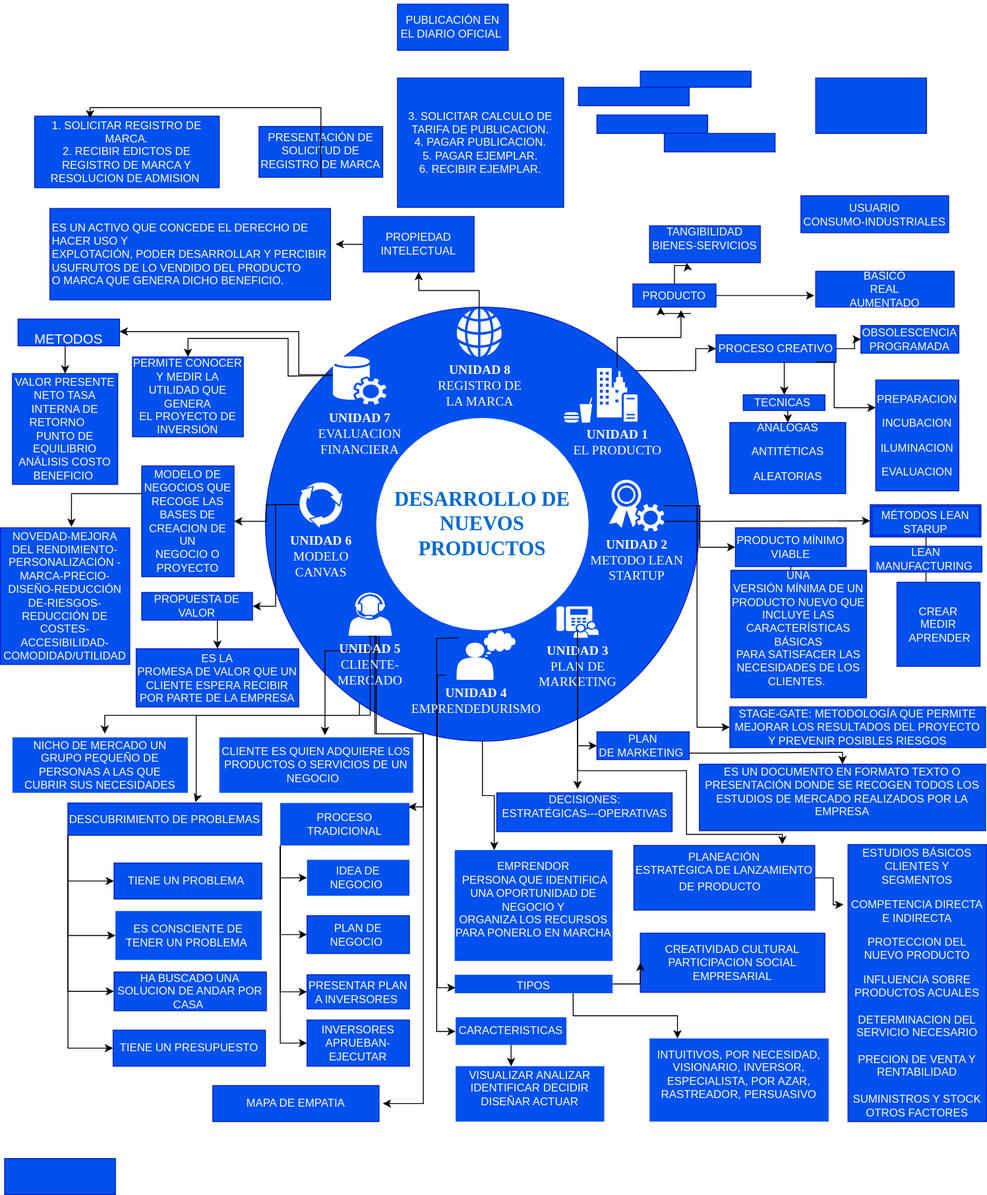
fapablo/sistemaescolar keeps this draw.io diagram as user/Diagrama sin título.drawio.svg. Above is the earlier version. Source tidied: cells renumbered, new cells last; positions are measured from the earlier drawing's top-left corner, leaving out a move shared by most shapes.
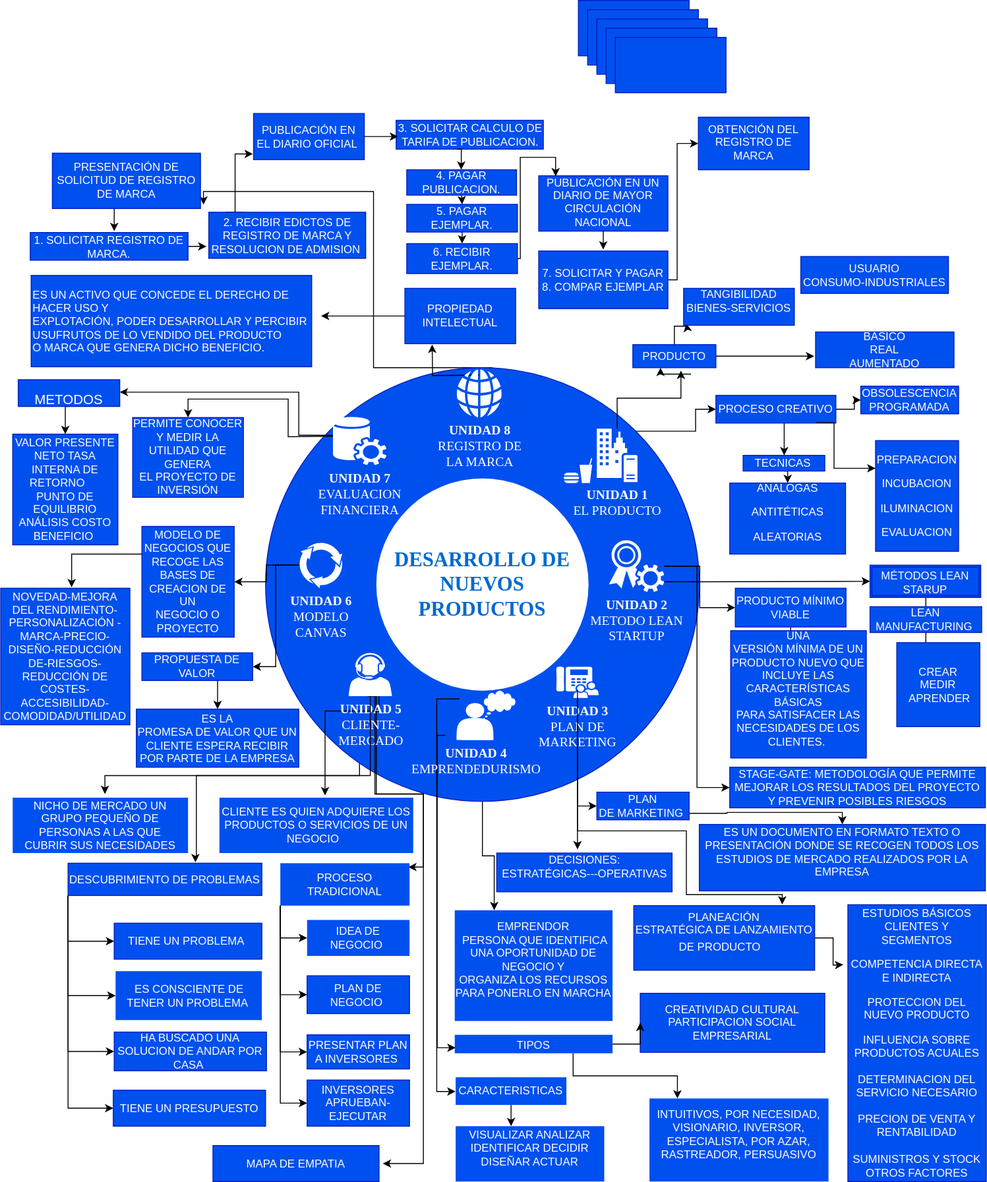
The same diagram one commit later.

Change to the diagram source:
```diff
@@ -25,6 +25,15 @@
         </Array>
       </mxGeometry>
     </mxCell>
+    <mxCell id="123" style="edgeStyle=orthogonalEdgeStyle;rounded=0;jettySize=auto;html=1;exitX=0.5;exitY=0;exitDx=0;exitDy=0;entryX=1.02;entryY=0.93;entryDx=0;entryDy=0;entryPerimeter=0;" parent="1" edge="1" target="100">
+      <mxGeometry relative="1" as="geometry">
+        <mxPoint x="533" y="328" as="sourcePoint" />
+        <Array as="points">
+          <mxPoint x="404" y="328" />
+          <mxPoint x="404" y="137" />
+        </Array>
+      </mxGeometry>
+    </mxCell>
     <mxCell id="5" value="D" style="ellipse;whiteSpace=wrap;html=1;rounded=0;shadow=0;comic=0;strokeWidth=1;fontFamily=Verdana;fontSize=14;strokeColor=#001DBC;fillColor=#0050ef;fontColor=#ffffff;" parent="1" vertex="1">
       <mxGeometry x="287" y="328" width="470" height="470" as="geometry" />
     </mxCell>
@@ -118,8 +127,11 @@
     <mxCell id="22" value="&lt;b&gt;UNIDAD 2&lt;br&gt;&lt;/b&gt;METODO LEAN&lt;br&gt;STARTUP" style="shadow=0;dashed=0;html=1;strokeColor=none;fillColor=#ffffff;labelPosition=center;verticalLabelPosition=bottom;verticalAlign=top;shape=mxgraph.office.security.token_service;rounded=0;comic=0;fontFamily=Verdana;fontSize=14;fontColor=#FFFFFF;" parent="1" vertex="1">
       <mxGeometry x="659" y="515" width="60" height="56" as="geometry" />
     </mxCell>
-    <mxCell id="23" style="edgeStyle=orthogonalEdgeStyle;rounded=0;jettySize=auto;html=1;entryX=0.5;entryY=1;entryDx=0;entryDy=0;" parent="1" edge="1" source="24" target="105">
-      <mxGeometry relative="1" as="geometry" />
+    <mxCell id="23" style="edgeStyle=orthogonalEdgeStyle;rounded=0;orthogonalLoop=1;jettySize=auto;html=1;entryX=0.5;entryY=1;entryDx=0;entryDy=0;" parent="1" edge="1">
+      <mxGeometry relative="1" as="geometry">
+        <mxPoint x="518.5" y="336" as="sourcePoint" />
+        <mxPoint x="467.5" y="303" as="targetPoint" />
+      </mxGeometry>
     </mxCell>
     <mxCell id="24" value="&lt;b&gt;UNIDAD 8&lt;br&gt;&lt;/b&gt;REGISTRO DE&lt;br&gt;LA MARCA" style="shadow=0;dashed=0;html=1;strokeColor=none;fillColor=#ffffff;labelPosition=center;verticalLabelPosition=bottom;verticalAlign=top;shape=mxgraph.office.concepts.globe_internet;rounded=0;comic=0;fontFamily=Verdana;fontSize=14;fontColor=#FFFFFF;" parent="1" vertex="1">
       <mxGeometry x="494" y="330" width="49" height="52" as="geometry" />
@@ -145,7 +157,7 @@
       <mxGeometry x="883" y="289.2" width="150" height="38.8" as="geometry" />
     </mxCell>
     <mxCell id="31" value="TANGIBILIDAD BIENES-SERVICIOS&lt;p class=&quot;MsoNormal&quot;&gt;&lt;/p&gt;" style="whiteSpace=wrap;html=1;fillColor=#0050ef;strokeColor=#001DBC;fontColor=#ffffff;" parent="1" vertex="1">
-      <mxGeometry x="703" y="240" width="120" height="40" as="geometry" />
+      <mxGeometry x="740" y="242" width="120" height="40" as="geometry" />
     </mxCell>
     <mxCell id="32" value="USUARIO&lt;br&gt;CONSUMO-INDUSTRIALES" style="whiteSpace=wrap;html=1;fillColor=#0050ef;strokeColor=#001DBC;fontColor=#ffffff;" parent="1" vertex="1">
       <mxGeometry x="867" y="207.5" width="160" height="40" as="geometry" />
@@ -357,9 +369,6 @@
     <mxCell id="87" value="PLAN DE NEGOCIO&amp;nbsp;" style="rounded=0;whiteSpace=wrap;html=1;strokeColor=#001DBC;fillColor=#0050ef;fontColor=#ffffff;" parent="1" vertex="1">
       <mxGeometry x="332" y="987" width="111" height="41" as="geometry" />
     </mxCell>
-    <mxCell id="88" style="rounded=0;whiteSpace=wrap;html=1;strokeColor=#001DBC;fillColor=#0050ef;fontColor=#ffffff;" parent="1" vertex="1">
-      <mxGeometry x="4.5" y="1250" width="120" height="39" as="geometry" />
-    </mxCell>
     <mxCell id="89" value="TIENE UN PROBLEMA&amp;nbsp;" style="rounded=0;whiteSpace=wrap;html=1;strokeColor=#001DBC;fillColor=#0050ef;fontColor=#ffffff;" parent="1" vertex="1">
       <mxGeometry x="123" y="930" width="160" height="39" as="geometry" />
     </mxCell>
@@ -372,35 +381,61 @@
     <mxCell id="92" value="TIENE UN PRESUPUESTO" style="rounded=0;whiteSpace=wrap;html=1;strokeColor=#001DBC;fillColor=#0050ef;fontColor=#ffffff;" parent="1" vertex="1">
       <mxGeometry x="122" y="1111" width="165" height="39" as="geometry" />
     </mxCell>
-    <mxCell id="93" value="3. SOLICITAR CALCULO DE TARIFA DE PUBLICACION.&lt;br&gt;4. PAGAR PUBLICACION.&lt;br&gt;5. PAGAR EJEMPLAR.&lt;br&gt;6. RECIBIR EJEMPLAR." style="rounded=0;whiteSpace=wrap;html=1;fillColor=#0050ef;fontColor=#ffffff;strokeColor=#001DBC;" parent="1" vertex="1">
-      <mxGeometry x="430" y="80" width="180" height="140" as="geometry" />
+    <mxCell id="93" value="3. SOLICITAR CALCULO DE TARIFA DE PUBLICACION." style="rounded=0;whiteSpace=wrap;html=1;fillColor=#0050ef;fontColor=#ffffff;strokeColor=#001DBC;" parent="1" vertex="1">
+      <mxGeometry x="428.5" y="59.9" width="159.5" height="31.2" as="geometry" />
     </mxCell>
+    <mxCell id="124" style="edgeStyle=orthogonalEdgeStyle;rounded=0;jettySize=auto;html=1;exitX=0.5;exitY=1;exitDx=0;exitDy=0;entryX=0.5;entryY=0;entryDx=0;entryDy=0;" parent="1" edge="1" source="94" target="95">
+      <mxGeometry relative="1" as="geometry" />
+    </mxCell>
-    <mxCell id="94" style="rounded=0;whiteSpace=wrap;html=1;fillColor=#0050ef;fontColor=#ffffff;strokeColor=#001DBC;" parent="1" vertex="1">
-      <mxGeometry x="693" y="72.5" width="120" height="17.5" as="geometry" />
+    <mxCell id="94" value="5. PAGAR EJEMPLAR." style="rounded=0;whiteSpace=wrap;html=1;fillColor=#0050ef;fontColor=#ffffff;strokeColor=#001DBC;" parent="1" vertex="1">
+      <mxGeometry x="440" y="151" width="120" height="30" as="geometry" />
     </mxCell>
-    <mxCell id="95" style="rounded=0;whiteSpace=wrap;html=1;fillColor=#0050ef;fontColor=#ffffff;strokeColor=#001DBC;" parent="1" vertex="1">
-      <mxGeometry x="626" y="90" width="120" height="20" as="geometry" />
+    <mxCell id="95" value="6. RECIBIR EJEMPLAR." style="rounded=0;whiteSpace=wrap;html=1;fillColor=#0050ef;fontColor=#ffffff;strokeColor=#001DBC;" parent="1" vertex="1">
+      <mxGeometry x="440" y="193.5" width="120" height="32.5" as="geometry" />
     </mxCell>
+    <mxCell id="125" style="edgeStyle=orthogonalEdgeStyle;rounded=0;jettySize=auto;html=1;exitX=0.5;exitY=0;exitDx=0;exitDy=0;entryX=-0.006;entryY=0.876;entryDx=0;entryDy=0;entryPerimeter=0;" parent="1" edge="1" target="102">
+      <mxGeometry relative="1" as="geometry">
+        <mxPoint x="243.5" y="159.5" as="sourcePoint" />
+        <Array as="points">
+          <mxPoint x="264" y="160" />
+          <mxPoint x="254" y="160" />
+          <mxPoint x="254" y="96" />
+        </Array>
+      </mxGeometry>
+    </mxCell>
-    <mxCell id="96" style="rounded=0;whiteSpace=wrap;html=1;fillColor=#0050ef;fontColor=#ffffff;strokeColor=#001DBC;" parent="1" vertex="1">
-      <mxGeometry x="646" y="120" width="120" height="20" as="geometry" />
+    <mxCell id="96" value="2. RECIBIR EDICTOS DE REGISTRO DE MARCA Y RESOLUCION DE ADMISION&amp;nbsp;" style="rounded=0;whiteSpace=wrap;html=1;fillColor=#0050ef;fontColor=#ffffff;strokeColor=#001DBC;" parent="1" vertex="1">
+      <mxGeometry x="225.5" y="159.5" width="170" height="50" as="geometry" />
     </mxCell>
+    <mxCell id="126" style="edgeStyle=orthogonalEdgeStyle;rounded=0;jettySize=auto;html=1;exitX=1;exitY=0.5;exitDx=0;exitDy=0;" parent="1" edge="1" source="97">
+      <mxGeometry relative="1" as="geometry">
+        <mxPoint x="223" y="196.5" as="targetPoint" />
+      </mxGeometry>
+    </mxCell>
-    <mxCell id="97" value="1. SOLICITAR REGISTRO DE MARCA.&lt;br&gt;2. RECIBIR EDICTOS DE REGISTRO DE MARCA Y RESOLUCION DE ADMISION&amp;nbsp;" style="rounded=0;whiteSpace=wrap;html=1;fillColor=#0050ef;fontColor=#ffffff;strokeColor=#001DBC;" parent="1" vertex="1">
-      <mxGeometry x="37" y="121.2" width="200" height="77.5" as="geometry" />
+    <mxCell id="97" value="1. SOLICITAR REGISTRO DE MARCA.&lt;br&gt;" style="rounded=0;whiteSpace=wrap;html=1;fillColor=#0050ef;fontColor=#ffffff;strokeColor=#001DBC;" parent="1" vertex="1">
+      <mxGeometry x="32" y="181.5" width="171" height="30" as="geometry" />
     </mxCell>
+    <mxCell id="127" style="edgeStyle=orthogonalEdgeStyle;rounded=0;jettySize=auto;html=1;exitX=0.5;exitY=1;exitDx=0;exitDy=0;entryX=0.5;entryY=0;entryDx=0;entryDy=0;" parent="1" edge="1" source="98" target="94">
+      <mxGeometry relative="1" as="geometry" />
+    </mxCell>
-    <mxCell id="98" style="rounded=0;whiteSpace=wrap;html=1;fillColor=#0050ef;fontColor=#ffffff;strokeColor=#001DBC;" parent="1" vertex="1">
-      <mxGeometry x="719" y="140" width="120" height="20" as="geometry" />
+    <mxCell id="98" value="4. PAGAR PUBLICACION." style="rounded=0;whiteSpace=wrap;html=1;fillColor=#0050ef;fontColor=#ffffff;strokeColor=#001DBC;" parent="1" vertex="1">
+      <mxGeometry x="440" y="113.5" width="119" height="27.5" as="geometry" />
     </mxCell>
     <mxCell id="99" style="rounded=0;whiteSpace=wrap;html=1;fillColor=#0050ef;fontColor=#ffffff;strokeColor=#001DBC;" parent="1" vertex="1">
-      <mxGeometry x="883" y="80" width="120" height="60" as="geometry" />
+      <mxGeometry x="626" y="-70" width="120" height="60" as="geometry" />
     </mxCell>
+    <mxCell id="128" style="edgeStyle=orthogonalEdgeStyle;rounded=0;jettySize=auto;html=1;exitX=0.25;exitY=1;exitDx=0;exitDy=0;" parent="1" edge="1" source="100">
+      <mxGeometry relative="1" as="geometry">
+        <mxPoint x="123" y="180" as="targetPoint" />
+      </mxGeometry>
+    </mxCell>
     <mxCell id="100" value="&lt;p class=&quot;MsoNormal&quot;&gt;&lt;span style=&quot;background-color: initial;&quot;&gt;&lt;br&gt;&lt;/span&gt;&lt;/p&gt;&lt;p class=&quot;MsoNormal&quot;&gt;&lt;span style=&quot;background-color: initial;&quot;&gt;PRESENTACIÓN DE SOLICITUD DE REGISTRO DE MARCA&lt;/span&gt;&lt;/p&gt;&lt;br&gt;&lt;span style=&quot;box-sizing: border-box;display:inline-block;flex: 0 0 42px&quot;&gt;&lt;/span&gt;" style="rounded=0;whiteSpace=wrap;html=1;fillColor=#0050ef;fontColor=#ffffff;strokeColor=#001DBC;" parent="1" vertex="1">
-      <mxGeometry x="280" y="132.5" width="134" height="55" as="geometry" />
+      <mxGeometry x="56" y="95.5" width="160.5" height="60" as="geometry" />
     </mxCell>
     <mxCell id="101" value="&lt;p class=&quot;MsoNormal&quot;&gt;&lt;/p&gt;&lt;div style=&quot;&quot;&gt;&lt;span style=&quot;background-color: initial;&quot;&gt;ES UN ACTIVO QUE CONCEDE EL DERECHO DE HACER USO Y&lt;/span&gt;&lt;/div&gt;&lt;div style=&quot;&quot;&gt;&lt;span style=&quot;background-color: initial;&quot;&gt;EXPLOTACIÓN, PODER DESARROLLAR Y PERCIBIR USUFRUTOS DE LO VENDIDO DEL PRODUCTO&lt;/span&gt;&lt;/div&gt;&lt;div style=&quot;&quot;&gt;&lt;span style=&quot;background-color: initial;&quot;&gt;O MARCA QUE GENERA DICHO BENEFICIO.&lt;/span&gt;&lt;/div&gt;&lt;p&gt;&lt;/p&gt;" style="rounded=0;whiteSpace=wrap;html=1;fillColor=#0050ef;fontColor=#ffffff;strokeColor=#001DBC;align=left;" parent="1" vertex="1">
-      <mxGeometry x="53.5" y="221.2" width="304" height="99" as="geometry" />
+      <mxGeometry x="33" y="228" width="304" height="99" as="geometry" />
     </mxCell>
     <mxCell id="102" value="&lt;span style=&quot;background-color: initial;&quot;&gt;&lt;br&gt;PUBLICACIÓN EN EL DIARIO OFICIAL&amp;nbsp;&lt;/span&gt;&lt;br&gt;&lt;span style=&quot;box-sizing: border-box;display:inline-block;flex: 0 0 42px&quot;&gt;&lt;span style=&quot;box-sizing: border-box;border-radius: 3px;display:inline-block;&lt;br/&gt;min-width: 19px&quot;&gt;&lt;br&gt;&lt;/span&gt;&lt;/span&gt;" style="rounded=0;whiteSpace=wrap;html=1;fillColor=#0050ef;fontColor=#ffffff;strokeColor=#001DBC;" parent="1" vertex="1">
-      <mxGeometry x="430" width="120" height="50" as="geometry" />
+      <mxGeometry x="274" y="52.5" width="120" height="50" as="geometry" />
     </mxCell>
     <mxCell id="103" value="PERMITE CONOCER Y MEDIR LA UTILIDAD QUE GENERA&lt;br/&gt;EL PROYECTO DE INVERSIÓN" style="rounded=0;whiteSpace=wrap;html=1;fillColor=#0050ef;fontColor=#ffffff;strokeColor=#001DBC;" parent="1" vertex="1">
       <mxGeometry x="143" y="382" width="120" height="86.5" as="geometry" />
@@ -409,7 +444,7 @@
       <mxGeometry y="567" width="140" height="148" as="geometry" />
     </mxCell>
     <mxCell id="105" value="&lt;p class=&quot;MsoNormal&quot;&gt;PROPIEDAD INTELECTUAL&lt;/p&gt;" style="rounded=0;whiteSpace=wrap;html=1;fillColor=#0050ef;fontColor=#ffffff;strokeColor=#001DBC;" parent="1" vertex="1">
-      <mxGeometry x="393" y="230" width="120" height="60" as="geometry" />
+      <mxGeometry x="438" y="242" width="120" height="60" as="geometry" />
     </mxCell>
     <mxCell id="106" value="&lt;p class=&quot;MsoNormal&quot;&gt;VALOR PRESENTE NETO TASA INTERNA DE RETORNO&amp;nbsp;&amp;nbsp;&amp;nbsp;&amp;nbsp;&amp;nbsp; PUNTO DE EQUILIBRIO ANÁLISIS COSTO&lt;br/&gt;BENEFICIO&amp;nbsp;&lt;/p&gt;" style="rounded=0;whiteSpace=wrap;html=1;fillColor=#0050ef;fontColor=#ffffff;strokeColor=#001DBC;" parent="1" vertex="1">
       <mxGeometry x="13" y="400" width="114" height="120" as="geometry" />
@@ -446,9 +481,6 @@
     <mxCell id="115" style="edgeStyle=orthogonalEdgeStyle;rounded=0;jettySize=auto;html=1;entryX=0.579;entryY=1.13;entryDx=0;entryDy=0;entryPerimeter=0;" parent="1" edge="1" source="18" target="120">
       <mxGeometry relative="1" as="geometry" />
     </mxCell>
-    <mxCell id="116" style="edgeStyle=orthogonalEdgeStyle;rounded=0;jettySize=auto;html=1;entryX=1.018;entryY=0.391;entryDx=0;entryDy=0;entryPerimeter=0;" parent="1" edge="1" source="105" target="101">
-      <mxGeometry relative="1" as="geometry" />
-    </mxCell>
     <mxCell id="117" style="edgeStyle=orthogonalEdgeStyle;rounded=0;jettySize=auto;html=1;exitX=0.836;exitY=0.986;exitDx=0;exitDy=0;entryX=0;entryY=0.25;entryDx=0;entryDy=0;exitPerimeter=0;" parent="1" edge="1" source="35" target="36">
       <mxGeometry relative="1" as="geometry">
         <Array as="points">
@@ -471,13 +503,70 @@
     <mxCell id="121" style="edgeStyle=orthogonalEdgeStyle;rounded=0;jettySize=auto;html=1;exitX=1;exitY=0.5;exitDx=0;exitDy=0;entryX=-0.01;entryY=0.678;entryDx=0;entryDy=0;entryPerimeter=0;" parent="1" edge="1" source="120" target="30">
       <mxGeometry relative="1" as="geometry" />
     </mxCell>
-    <mxCell id="122" style="edgeStyle=orthogonalEdgeStyle;rounded=0;jettySize=auto;html=1;exitX=0.5;exitY=1;exitDx=0;exitDy=0;entryX=0.3;entryY=0.032;entryDx=0;entryDy=0;entryPerimeter=0;" parent="1" edge="1" source="100" target="97">
-      <mxGeometry relative="1" as="geometry">
-        <Array as="points">
-          <mxPoint x="330" y="112" />
-          <mxPoint x="243" y="112" />
-        </Array>
-      </mxGeometry>
-    </mxCell>
+    <mxCell id="129" style="edgeStyle=orthogonalEdgeStyle;rounded=0;orthogonalLoop=1;jettySize=auto;html=1;exitX=0.5;exitY=1;exitDx=0;exitDy=0;entryX=0.614;entryY=-0.003;entryDx=0;entryDy=0;entryPerimeter=0;" parent="1" edge="1">
+      <mxGeometry relative="1" as="geometry">
+        <mxPoint x="494.2" y="91.1" as="sourcePoint" />
+        <mxPoint x="499.1" y="113.4" as="targetPoint" />
+      </mxGeometry>
+    </mxCell>
+    <mxCell id="130" style="edgeStyle=orthogonalEdgeStyle;rounded=0;jettySize=auto;html=1;exitX=1;exitY=0.5;exitDx=0;exitDy=0;entryX=0.014;entryY=0.593;entryDx=0;entryDy=0;entryPerimeter=0;" parent="1" edge="1" source="102" target="93">
+      <mxGeometry relative="1" as="geometry" />
+    </mxCell>
+    <mxCell id="116" style="edgeStyle=orthogonalEdgeStyle;rounded=0;jettySize=auto;html=1;exitX=0;exitY=0.5;exitDx=0;exitDy=0;entryX=1.033;entryY=0.444;entryDx=0;entryDy=0;entryPerimeter=0;" parent="1" edge="1" source="105" target="101">
+      <mxGeometry relative="1" as="geometry" />
+    </mxCell>
+    <mxCell id="131" style="rounded=0;whiteSpace=wrap;html=1;fillColor=#0050ef;fontColor=#ffffff;strokeColor=#001DBC;" parent="1" vertex="1">
+      <mxGeometry x="636" y="-60" width="120" height="60" as="geometry" />
+    </mxCell>
+    <mxCell id="132" style="rounded=0;whiteSpace=wrap;html=1;fillColor=#0050ef;fontColor=#ffffff;strokeColor=#001DBC;" parent="1" vertex="1">
+      <mxGeometry x="646" y="-50" width="120" height="60" as="geometry" />
+    </mxCell>
+    <mxCell id="133" style="rounded=0;whiteSpace=wrap;html=1;fillColor=#0050ef;fontColor=#ffffff;strokeColor=#001DBC;" parent="1" vertex="1">
+      <mxGeometry x="656" y="-40" width="120" height="60" as="geometry" />
+    </mxCell>
+    <mxCell id="134" style="rounded=0;whiteSpace=wrap;html=1;fillColor=#0050ef;fontColor=#ffffff;strokeColor=#001DBC;" parent="1" vertex="1">
+      <mxGeometry x="666" y="-30" width="120" height="60" as="geometry" />
+    </mxCell>
+    <mxCell id="135" value="&lt;p class=&quot;MsoNormal&quot;&gt;&lt;br&gt;&lt;/p&gt;&lt;p class=&quot;MsoNormal&quot;&gt;OBTENCIÓN DEL REGISTRO DE MARCA&lt;/p&gt;&lt;br&gt;&lt;span style=&quot;box-sizing: border-box;display:inline-block;flex: 0 0 42px&quot;&gt;&lt;/span&gt;" style="rounded=0;whiteSpace=wrap;html=1;fillColor=#0050ef;fontColor=#ffffff;strokeColor=#001DBC;" parent="1" vertex="1">
+      <mxGeometry x="756" y="56.5" width="120" height="57" as="geometry" />
+    </mxCell>
+    <mxCell id="136" style="edgeStyle=orthogonalEdgeStyle;rounded=0;jettySize=auto;html=1;exitX=1;exitY=0.5;exitDx=0;exitDy=0;entryX=0;entryY=0.5;entryDx=0;entryDy=0;" parent="1" edge="1" source="137" target="135">
+      <mxGeometry relative="1" as="geometry">
+        <Array as="points">
+          <mxPoint x="733" y="233" />
+          <mxPoint x="733" y="85" />
+        </Array>
+      </mxGeometry>
+    </mxCell>
+    <mxCell id="137" value="7. SOLICITAR Y PAGAR&lt;br&gt;8. COMPAR EJEMPLAR" style="rounded=0;whiteSpace=wrap;html=1;fillColor=#0050ef;fontColor=#ffffff;strokeColor=#001DBC;" parent="1" vertex="1">
+      <mxGeometry x="583" y="201.5" width="140" height="62.5" as="geometry" />
+    </mxCell>
+    <mxCell id="138" value="&lt;p class=&quot;MsoNormal&quot;&gt;&lt;br&gt;&lt;/p&gt;&lt;p class=&quot;MsoNormal&quot;&gt;PUBLICACIÓN EN UN DIARIO DE MAYOR CIRCULACIÓN NACIONAL&lt;/p&gt;&lt;br&gt;&lt;span style=&quot;box-sizing: border-box;display:inline-block;flex: 0 0 42px&quot;&gt;&lt;/span&gt;" style="rounded=0;whiteSpace=wrap;html=1;fillColor=#0050ef;fontColor=#ffffff;strokeColor=#001DBC;" parent="1" vertex="1">
+      <mxGeometry x="583" y="120" width="140" height="60" as="geometry" />
+    </mxCell>
+    <mxCell id="139" style="edgeStyle=orthogonalEdgeStyle;rounded=0;jettySize=auto;html=1;exitX=1;exitY=0.5;exitDx=0;exitDy=0;entryX=0.131;entryY=0.01;entryDx=0;entryDy=0;entryPerimeter=0;" parent="1" edge="1" source="95" target="138">
+      <mxGeometry relative="1" as="geometry">
+        <Array as="points">
+          <mxPoint x="563" y="210" />
+          <mxPoint x="563" y="100" />
+          <mxPoint x="601" y="100" />
+        </Array>
+      </mxGeometry>
+    </mxCell>
+    <mxCell id="140" style="edgeStyle=orthogonalEdgeStyle;rounded=0;orthogonalLoop=1;jettySize=auto;html=1;exitX=0.5;exitY=1;exitDx=0;exitDy=0;" parent="1" edge="1" source="138" target="138">
+      <mxGeometry relative="1" as="geometry" />
+    </mxCell>
+    <mxCell id="141" style="edgeStyle=orthogonalEdgeStyle;rounded=0;orthogonalLoop=1;jettySize=auto;html=1;exitX=0.5;exitY=1;exitDx=0;exitDy=0;" parent="1" edge="1" source="138" target="138">
+      <mxGeometry relative="1" as="geometry" />
+    </mxCell>
+    <mxCell id="142" style="edgeStyle=orthogonalEdgeStyle;rounded=0;orthogonalLoop=1;jettySize=auto;html=1;exitX=0.5;exitY=1;exitDx=0;exitDy=0;" parent="1" edge="1" source="138" target="138">
+      <mxGeometry relative="1" as="geometry" />
+    </mxCell>
+    <mxCell id="143" style="edgeStyle=orthogonalEdgeStyle;rounded=0;orthogonalLoop=1;jettySize=auto;html=1;exitX=0.5;exitY=1;exitDx=0;exitDy=0;" parent="1" edge="1" source="138" target="138">
+      <mxGeometry relative="1" as="geometry" />
+    </mxCell>
+    <mxCell id="144" style="edgeStyle=orthogonalEdgeStyle;rounded=0;orthogonalLoop=1;jettySize=auto;html=1;exitX=0.5;exitY=1;exitDx=0;exitDy=0;entryX=0.499;entryY=1.333;entryDx=0;entryDy=0;entryPerimeter=0;" parent="1" edge="1" source="138" target="138">
+      <mxGeometry relative="1" as="geometry" />
+    </mxCell>
   </root>
 </mxGraphModel>
```
